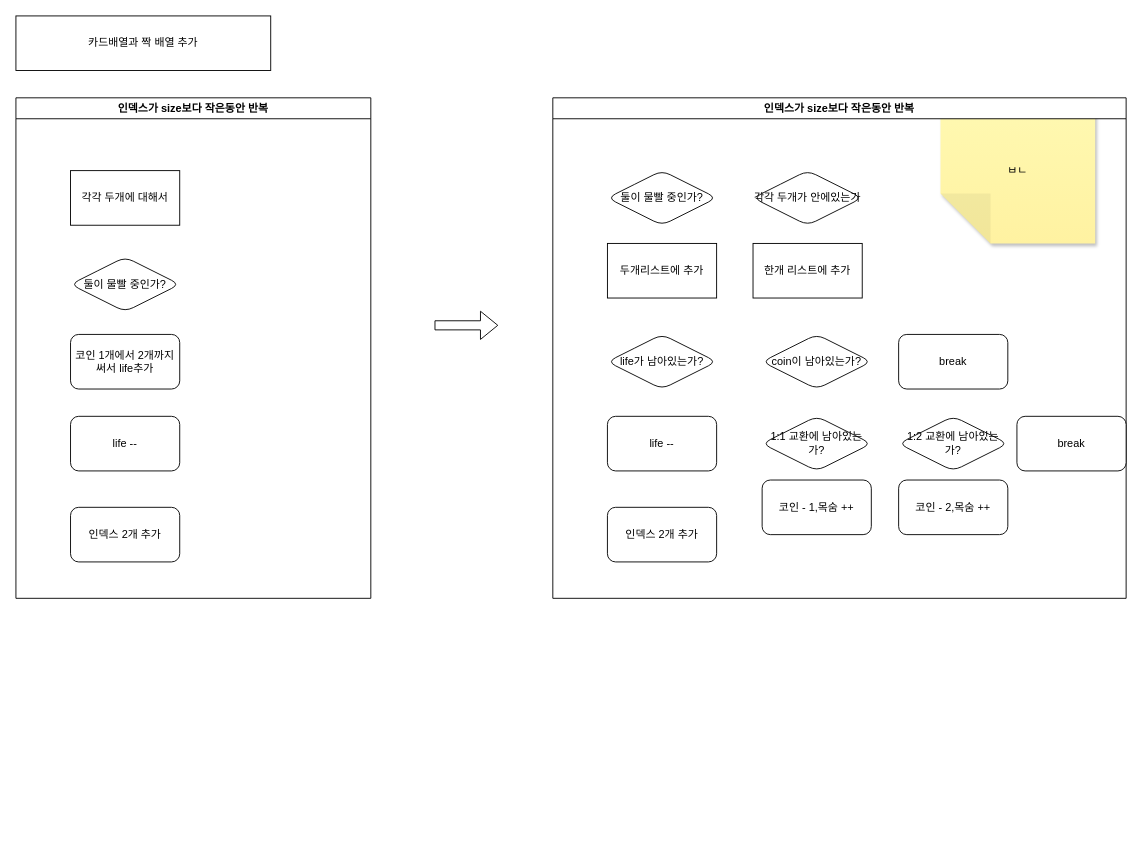
sangbumlikeagod/Leetcode_page keeps this draw.io diagram as kakao4.drawio. Above is the earlier version. Source tidied: cells renumbered, new cells numbered last; positions are measured from the earlier drawing's top-left corner, leaving out a move shared by most shapes. Both pictures are drawn from the tidied source at 91%, with x=0, y=0 at pixel (15, 15).
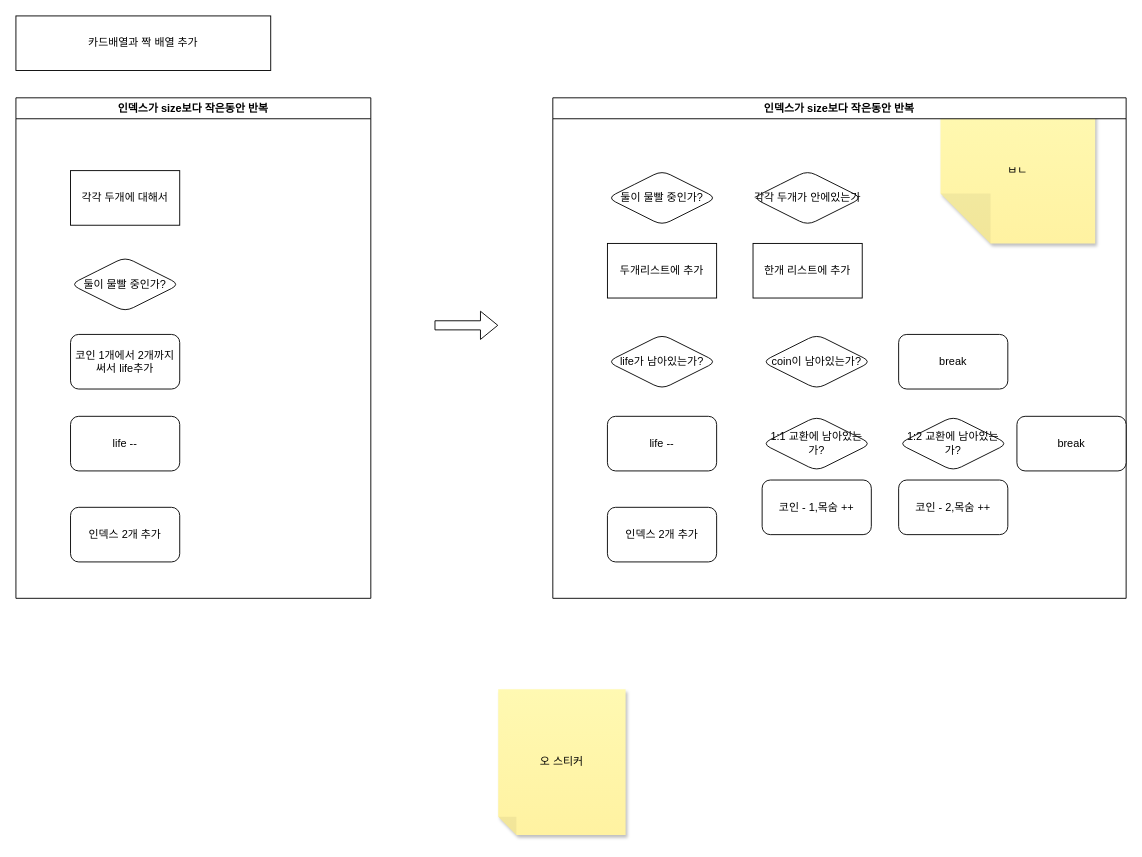
After the change.

Diff of the diagram source:
```diff
@@
+    <mxCell id="26" value="오 스티커" style="shape=note;whiteSpace=wrap;html=1;backgroundOutline=1;fontColor=#000000;darkOpacity=0.05;fillColor=#FFF9B2;strokeColor=none;fillStyle=solid;direction=west;gradientDirection=north;gradientColor=#FFF2A1;shadow=1;size=20;rounded=1;align=center;verticalAlign=middle;fontFamily=Helvetica;fontSize=12;" parent="1" vertex="1">
+      <mxGeometry x="530" y="740" width="140" height="160" as="geometry" />
+    </mxCell>
```
